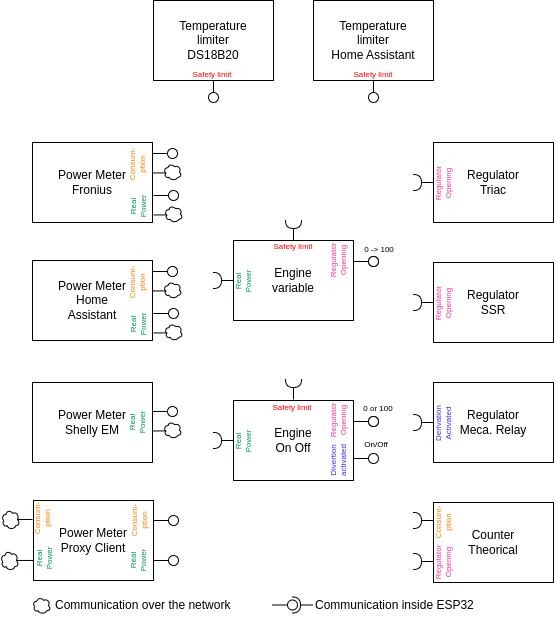
Above: docs/images/packages.drawio.png in ghisch/Solar-Router-for-ESPHome (draw.io), before the change. Source tidied: cells renumbered, new cells last; positions are measured from the earlier drawing's top-left corner, leaving out a move shared by most shapes.
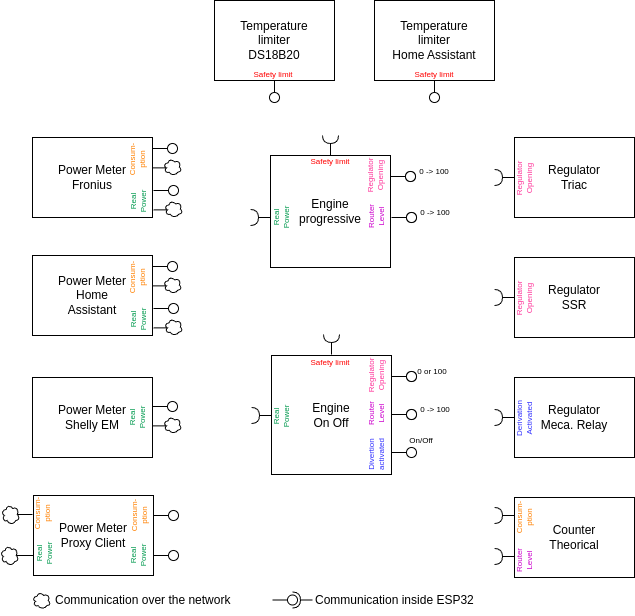
Later version of the same file.

Diff of the diagram source:
```diff
@@ -12,140 +12,137 @@
     </mxCell>
     <mxCell id="4" style="rounded=0;orthogonalLoop=1;jettySize=auto;html=1;endArrow=halfCircle;endFill=0;entryX=0.5;entryY=0.5;endSize=6;strokeWidth=1;sketch=0;" parent="1" edge="1">
       <mxGeometry relative="1" as="geometry">
-        <mxPoint x="233" y="280" as="sourcePoint" />
-        <mxPoint x="213" y="280" as="targetPoint" />
+        <mxPoint x="270" y="222" as="sourcePoint" />
+        <mxPoint x="250" y="222" as="targetPoint" />
       </mxGeometry>
     </mxCell>
     <mxCell id="5" style="ellipse;whiteSpace=wrap;html=1;align=center;points=[];outlineConnect=0;sketch=0;" parent="1" vertex="1">
       <mxGeometry x="167" y="148" width="10" height="10" as="geometry" />
     </mxCell>
-    <mxCell id="6" value="Engine&lt;br&gt;variable" style="rounded=0;whiteSpace=wrap;html=1;" parent="1" vertex="1">
-      <mxGeometry x="233" y="240" width="120" height="80" as="geometry" />
+    <mxCell id="6" value="Engine&lt;br&gt;progressive" style="rounded=0;whiteSpace=wrap;html=1;" parent="1" vertex="1">
+      <mxGeometry x="270" y="160" width="120" height="112" as="geometry" />
     </mxCell>
     <mxCell id="7" style="rounded=0;jettySize=auto;html=1;endArrow=none;endFill=0;sketch=0;sourcePerimeterSpacing=0;targetPerimeterSpacing=0;" parent="1" edge="1" target="8">
       <mxGeometry relative="1" as="geometry">
-        <mxPoint x="353" y="261" as="sourcePoint" />
+        <mxPoint x="390" y="181" as="sourcePoint" />
       </mxGeometry>
     </mxCell>
     <mxCell id="8" style="ellipse;whiteSpace=wrap;html=1;align=center;points=[];outlineConnect=0;sketch=0;" parent="1" vertex="1">
-      <mxGeometry x="368" y="256" width="10" height="10" as="geometry" />
+      <mxGeometry x="405" y="176" width="10" height="10" as="geometry" />
     </mxCell>
     <mxCell id="9" value="Consum-&lt;br&gt;ption" style="text;html=1;strokeColor=none;fillColor=none;align=center;verticalAlign=middle;whiteSpace=wrap;rounded=0;rotation=-90;fontSize=8;fontColor=#FF8000;" parent="1" vertex="1">
       <mxGeometry x="107" y="149" width="60" height="30" as="geometry" />
     </mxCell>
     <mxCell id="10" style="rounded=0;orthogonalLoop=1;jettySize=auto;html=1;endArrow=halfCircle;endFill=0;entryX=0.5;entryY=0.5;endSize=6;strokeWidth=1;sketch=0;" parent="1" edge="1">
       <mxGeometry relative="1" as="geometry">
-        <mxPoint x="233" y="440" as="sourcePoint" />
-        <mxPoint x="213" y="440" as="targetPoint" />
+        <mxPoint x="271" y="420" as="sourcePoint" />
+        <mxPoint x="251" y="420" as="targetPoint" />
       </mxGeometry>
     </mxCell>
     <mxCell id="11" value="Engine&lt;br&gt;On Off" style="rounded=0;whiteSpace=wrap;html=1;" parent="1" vertex="1">
-      <mxGeometry x="233" y="400" width="120" height="80" as="geometry" />
+      <mxGeometry x="271" y="360" width="120" height="119" as="geometry" />
     </mxCell>
     <mxCell id="12" style="rounded=0;jettySize=auto;html=1;endArrow=none;endFill=0;sketch=0;sourcePerimeterSpacing=0;targetPerimeterSpacing=0;" parent="1" edge="1" target="13">
       <mxGeometry relative="1" as="geometry">
-        <mxPoint x="353" y="458" as="sourcePoint" />
+        <mxPoint x="391" y="457" as="sourcePoint" />
       </mxGeometry>
     </mxCell>
     <mxCell id="13" style="ellipse;whiteSpace=wrap;html=1;align=center;points=[];outlineConnect=0;sketch=0;" parent="1" vertex="1">
-      <mxGeometry x="368" y="453" width="10" height="10" as="geometry" />
+      <mxGeometry x="406" y="452" width="10" height="10" as="geometry" />
     </mxCell>
     <mxCell id="14" value="Regulator&lt;br style=&quot;font-size: 8px;&quot;&gt;Opening" style="text;html=1;strokeColor=none;fillColor=none;align=center;verticalAlign=middle;whiteSpace=wrap;rounded=0;rotation=-90;fontSize=8;fontColor=#FF3399;" parent="1" vertex="1">
-      <mxGeometry x="308" y="245" width="60" height="30" as="geometry" />
+      <mxGeometry x="345" y="165" width="60" height="30" as="geometry" />
     </mxCell>
     <mxCell id="15" style="rounded=0;jettySize=auto;html=1;endArrow=none;endFill=0;sketch=0;sourcePerimeterSpacing=0;targetPerimeterSpacing=0;" parent="1" edge="1" target="16">
       <mxGeometry relative="1" as="geometry">
-        <mxPoint x="353" y="261" as="sourcePoint" />
+        <mxPoint x="390" y="181" as="sourcePoint" />
       </mxGeometry>
     </mxCell>
     <mxCell id="16" style="ellipse;whiteSpace=wrap;html=1;align=center;points=[];outlineConnect=0;sketch=0;" parent="1" vertex="1">
-      <mxGeometry x="368" y="256" width="10" height="10" as="geometry" />
+      <mxGeometry x="405" y="176" width="10" height="10" as="geometry" />
     </mxCell>
     <mxCell id="17" style="rounded=0;jettySize=auto;html=1;endArrow=none;endFill=0;sketch=0;sourcePerimeterSpacing=0;targetPerimeterSpacing=0;" parent="1" edge="1" target="18">
       <mxGeometry relative="1" as="geometry">
-        <mxPoint x="353" y="421" as="sourcePoint" />
+        <mxPoint x="391" y="381" as="sourcePoint" />
       </mxGeometry>
     </mxCell>
     <mxCell id="18" style="ellipse;whiteSpace=wrap;html=1;align=center;points=[];outlineConnect=0;sketch=0;" parent="1" vertex="1">
-      <mxGeometry x="368" y="416" width="10" height="10" as="geometry" />
+      <mxGeometry x="406" y="376" width="10" height="10" as="geometry" />
     </mxCell>
     <mxCell id="19" value="Regulator&lt;br style=&quot;font-size: 8px;&quot;&gt;Opening" style="text;html=1;strokeColor=none;fillColor=none;align=center;verticalAlign=middle;whiteSpace=wrap;rounded=0;rotation=-90;fontSize=8;fontColor=#FF3399;" parent="1" vertex="1">
-      <mxGeometry x="308" y="405" width="60" height="30" as="geometry" />
+      <mxGeometry x="346" y="365" width="60" height="30" as="geometry" />
     </mxCell>
     <mxCell id="20" style="rounded=0;jettySize=auto;html=1;endArrow=none;endFill=0;sketch=0;sourcePerimeterSpacing=0;targetPerimeterSpacing=0;" parent="1" edge="1" target="21">
       <mxGeometry relative="1" as="geometry">
-        <mxPoint x="353" y="421" as="sourcePoint" />
+        <mxPoint x="391" y="381" as="sourcePoint" />
       </mxGeometry>
     </mxCell>
     <mxCell id="21" style="ellipse;whiteSpace=wrap;html=1;align=center;points=[];outlineConnect=0;sketch=0;" parent="1" vertex="1">
-      <mxGeometry x="368" y="416" width="10" height="10" as="geometry" />
+      <mxGeometry x="406" y="376" width="10" height="10" as="geometry" />
     </mxCell>
     <mxCell id="22" value="Divertion&lt;br&gt;activated" style="text;html=1;strokeColor=none;fillColor=none;align=center;verticalAlign=middle;whiteSpace=wrap;rounded=0;rotation=-90;fontSize=8;fontColor=#3333FF;" parent="1" vertex="1">
-      <mxGeometry x="308" y="445" width="60" height="30" as="geometry" />
+      <mxGeometry x="346" y="444" width="60" height="30" as="geometry" />
     </mxCell>
     <mxCell id="23" value="Real&lt;br&gt;Power" style="text;html=1;strokeColor=none;fillColor=none;align=center;verticalAlign=middle;whiteSpace=wrap;rounded=0;rotation=-90;fontSize=8;fontColor=#00994D;" parent="1" vertex="1">
-      <mxGeometry x="213" y="266" width="60" height="30" as="geometry" />
+      <mxGeometry x="251" y="207" width="60" height="30" as="geometry" />
     </mxCell>
     <mxCell id="24" value="Real&lt;br&gt;Power" style="text;html=1;strokeColor=none;fillColor=none;align=center;verticalAlign=middle;whiteSpace=wrap;rounded=0;rotation=-90;fontSize=8;fontColor=#00994D;" parent="1" vertex="1">
-      <mxGeometry x="213" y="426" width="60" height="30" as="geometry" />
+      <mxGeometry x="251" y="406" width="60" height="30" as="geometry" />
     </mxCell>
     <mxCell id="25" value="0 -&amp;gt; 100" style="text;html=1;strokeColor=none;fillColor=none;align=center;verticalAlign=middle;whiteSpace=wrap;rounded=0;fontSize=8;" parent="1" vertex="1">
-      <mxGeometry x="349" y="240" width="60" height="17" as="geometry" />
+      <mxGeometry x="404" y="167" width="60" height="17" as="geometry" />
     </mxCell>
     <mxCell id="26" value="0 or 100" style="text;html=1;strokeColor=none;fillColor=none;align=center;verticalAlign=middle;whiteSpace=wrap;rounded=0;fontSize=8;" parent="1" vertex="1">
-      <mxGeometry x="348" y="393" width="60" height="30" as="geometry" />
+      <mxGeometry x="402" y="361" width="60" height="30" as="geometry" />
     </mxCell>
     <mxCell id="27" value="On/Off" style="text;html=1;strokeColor=none;fillColor=none;align=center;verticalAlign=middle;whiteSpace=wrap;rounded=0;fontSize=8;" parent="1" vertex="1">
-      <mxGeometry x="346" y="429" width="60" height="30" as="geometry" />
+      <mxGeometry x="391" y="430" width="60" height="30" as="geometry" />
     </mxCell>
     <mxCell id="28" style="rounded=0;orthogonalLoop=1;jettySize=auto;html=1;endArrow=halfCircle;endFill=0;entryX=0.5;entryY=0.5;endSize=6;strokeWidth=1;sketch=0;" parent="1" edge="1">
       <mxGeometry relative="1" as="geometry">
-        <mxPoint x="433" y="302" as="sourcePoint" />
-        <mxPoint x="413" y="302" as="targetPoint" />
+        <mxPoint x="514" y="302" as="sourcePoint" />
+        <mxPoint x="494" y="302" as="targetPoint" />
       </mxGeometry>
     </mxCell>
     <mxCell id="29" value="Regulator&lt;br&gt;SSR" style="rounded=0;whiteSpace=wrap;html=1;" parent="1" vertex="1">
-      <mxGeometry x="433" y="262" width="120" height="80" as="geometry" />
+      <mxGeometry x="514" y="262" width="120" height="80" as="geometry" />
     </mxCell>
     <mxCell id="30" value="Regulator&lt;br&gt;Opening" style="text;html=1;strokeColor=none;fillColor=none;align=center;verticalAlign=middle;whiteSpace=wrap;rounded=0;rotation=-90;fontSize=8;fontColor=#FF3399;" parent="1" vertex="1">
-      <mxGeometry x="413" y="288" width="60" height="30" as="geometry" />
+      <mxGeometry x="494" y="288" width="60" height="30" as="geometry" />
     </mxCell>
     <mxCell id="31" style="rounded=0;orthogonalLoop=1;jettySize=auto;html=1;endArrow=halfCircle;endFill=0;entryX=0.5;entryY=0.5;endSize=6;strokeWidth=1;sketch=0;" parent="1" edge="1">
       <mxGeometry relative="1" as="geometry">
-        <mxPoint x="433" y="182" as="sourcePoint" />
-        <mxPoint x="413" y="182" as="targetPoint" />
+        <mxPoint x="514" y="182" as="sourcePoint" />
+        <mxPoint x="494" y="182" as="targetPoint" />
       </mxGeometry>
     </mxCell>
     <mxCell id="32" value="Regulator&lt;br&gt;Triac" style="rounded=0;whiteSpace=wrap;html=1;" parent="1" vertex="1">
-      <mxGeometry x="433" y="142" width="120" height="80" as="geometry" />
+      <mxGeometry x="514" y="142" width="120" height="80" as="geometry" />
     </mxCell>
     <mxCell id="33" value="Regulator&lt;br&gt;Opening" style="text;html=1;strokeColor=none;fillColor=none;align=center;verticalAlign=middle;whiteSpace=wrap;rounded=0;rotation=-90;fontSize=8;fontColor=#FF3399;" parent="1" vertex="1">
-      <mxGeometry x="413" y="168" width="60" height="30" as="geometry" />
+      <mxGeometry x="494" y="168" width="60" height="30" as="geometry" />
     </mxCell>
     <mxCell id="34" style="rounded=0;orthogonalLoop=1;jettySize=auto;html=1;endArrow=halfCircle;endFill=0;entryX=0.5;entryY=0.5;endSize=6;strokeWidth=1;sketch=0;" parent="1" edge="1">
       <mxGeometry relative="1" as="geometry">
-        <mxPoint x="433" y="422" as="sourcePoint" />
-        <mxPoint x="413" y="422" as="targetPoint" />
+        <mxPoint x="514" y="422" as="sourcePoint" />
+        <mxPoint x="494" y="422" as="targetPoint" />
       </mxGeometry>
     </mxCell>
     <mxCell id="35" value="Regulator&lt;br&gt;Meca. Relay" style="rounded=0;whiteSpace=wrap;html=1;" parent="1" vertex="1">
-      <mxGeometry x="433" y="382" width="120" height="80" as="geometry" />
+      <mxGeometry x="514" y="382" width="120" height="80" as="geometry" />
     </mxCell>
     <mxCell id="36" value="Derivation&lt;br&gt;Activated" style="text;html=1;strokeColor=none;fillColor=none;align=center;verticalAlign=middle;whiteSpace=wrap;rounded=0;rotation=-90;fontSize=8;fontColor=#3333FF;" parent="1" vertex="1">
-      <mxGeometry x="413" y="408" width="60" height="30" as="geometry" />
+      <mxGeometry x="494" y="408" width="60" height="30" as="geometry" />
     </mxCell>
     <mxCell id="37" style="rounded=0;orthogonalLoop=1;jettySize=auto;html=1;endArrow=halfCircle;endFill=0;entryX=0.5;entryY=0.5;endSize=6;strokeWidth=1;sketch=0;" parent="1" edge="1">
       <mxGeometry relative="1" as="geometry">
-        <mxPoint x="433" y="561" as="sourcePoint" />
-        <mxPoint x="413" y="561" as="targetPoint" />
+        <mxPoint x="514" y="561" as="sourcePoint" />
+        <mxPoint x="494" y="561" as="targetPoint" />
       </mxGeometry>
     </mxCell>
     <mxCell id="38" value="Counter&lt;br&gt;Theorical" style="rounded=0;whiteSpace=wrap;html=1;" parent="1" vertex="1">
-      <mxGeometry x="433" y="502" width="120" height="80" as="geometry" />
+      <mxGeometry x="514" y="502" width="120" height="80" as="geometry" />
     </mxCell>
-    <mxCell id="39" value="Regulator&lt;br&gt;Opening" style="text;html=1;strokeColor=none;fillColor=none;align=center;verticalAlign=middle;whiteSpace=wrap;rounded=0;rotation=-90;fontSize=8;fontColor=#FF3399;" parent="1" vertex="1">
-      <mxGeometry x="413" y="547" width="60" height="30" as="geometry" />
-    </mxCell>
     <mxCell id="40" value="Power Meter&lt;br&gt;Home&lt;br&gt;Assistant" style="rounded=0;whiteSpace=wrap;html=1;align=center;" parent="1" vertex="1">
       <mxGeometry x="32" y="260" width="120" height="80" as="geometry" />
     </mxCell>
@@ -230,58 +227,58 @@
     </mxCell>
     <mxCell id="62" style="rounded=0;jettySize=auto;html=1;endArrow=none;endFill=0;sketch=0;sourcePerimeterSpacing=0;targetPerimeterSpacing=0;rotation=90;" parent="1" edge="1" target="64">
       <mxGeometry relative="1" as="geometry">
-        <mxPoint x="213" y="80" as="sourcePoint" />
+        <mxPoint x="274" y="85" as="sourcePoint" />
       </mxGeometry>
     </mxCell>
     <mxCell id="63" style="rounded=0;orthogonalLoop=1;jettySize=auto;html=1;endArrow=halfCircle;endFill=0;endSize=6;strokeWidth=1;sketch=0;exitX=0.5;exitY=0.5;exitDx=0;exitDy=0;rotation=90;" parent="1" edge="1">
       <mxGeometry relative="1" as="geometry">
-        <mxPoint x="293" y="240" as="sourcePoint" />
-        <mxPoint x="293" y="220" as="targetPoint" />
+        <mxPoint x="330" y="160" as="sourcePoint" />
+        <mxPoint x="330" y="140" as="targetPoint" />
       </mxGeometry>
     </mxCell>
     <mxCell id="64" style="ellipse;whiteSpace=wrap;html=1;align=center;points=[];outlineConnect=0;sketch=0;rotation=180;" parent="1" vertex="1">
-      <mxGeometry x="208" y="92" width="10" height="10" as="geometry" />
+      <mxGeometry x="269" y="97" width="10" height="10" as="geometry" />
     </mxCell>
     <mxCell id="65" value="Temperature&lt;br&gt;limiter&lt;br&gt;DS18B20" style="rounded=0;whiteSpace=wrap;html=1;align=center;" parent="1" vertex="1">
-      <mxGeometry x="153" width="120" height="80" as="geometry" />
+      <mxGeometry x="214" y="5" width="120" height="80" as="geometry" />
     </mxCell>
     <mxCell id="66" style="rounded=0;jettySize=auto;html=1;endArrow=none;endFill=0;sketch=0;sourcePerimeterSpacing=0;targetPerimeterSpacing=0;rotation=90;" parent="1" edge="1" target="67">
       <mxGeometry relative="1" as="geometry">
-        <mxPoint x="373" y="80" as="sourcePoint" />
+        <mxPoint x="434" y="85" as="sourcePoint" />
       </mxGeometry>
     </mxCell>
     <mxCell id="67" style="ellipse;whiteSpace=wrap;html=1;align=center;points=[];outlineConnect=0;sketch=0;rotation=180;" parent="1" vertex="1">
-      <mxGeometry x="368" y="92" width="10" height="10" as="geometry" />
+      <mxGeometry x="429" y="97" width="10" height="10" as="geometry" />
     </mxCell>
     <mxCell id="68" value="Temperature&lt;br&gt;limiter&lt;br&gt;Home Assistant" style="rounded=0;whiteSpace=wrap;html=1;align=center;" parent="1" vertex="1">
-      <mxGeometry x="313" width="120" height="80" as="geometry" />
+      <mxGeometry x="374" y="5" width="120" height="80" as="geometry" />
     </mxCell>
     <mxCell id="69" style="rounded=0;orthogonalLoop=1;jettySize=auto;html=1;endArrow=halfCircle;endFill=0;endSize=6;strokeWidth=1;sketch=0;exitX=0.5;exitY=0.5;exitDx=0;exitDy=0;rotation=90;" parent="1" edge="1">
       <mxGeometry relative="1" as="geometry">
-        <mxPoint x="293" y="399" as="sourcePoint" />
-        <mxPoint x="293" y="379" as="targetPoint" />
+        <mxPoint x="331" y="359" as="sourcePoint" />
+        <mxPoint x="331" y="339" as="targetPoint" />
       </mxGeometry>
     </mxCell>
     <mxCell id="70" value="&lt;font color=&quot;#ff0000&quot; style=&quot;font-size: 8px;&quot;&gt;Safety limit&lt;/font&gt;" style="text;html=1;strokeColor=none;fillColor=none;align=center;verticalAlign=middle;whiteSpace=wrap;rounded=0;fontColor=#FF3399;" parent="1" vertex="1">
-      <mxGeometry x="182" y="58" width="60" height="30" as="geometry" />
+      <mxGeometry x="243" y="63" width="60" height="30" as="geometry" />
     </mxCell>
     <mxCell id="71" value="&lt;font color=&quot;#ff0000&quot; style=&quot;font-size: 8px;&quot;&gt;Safety limit&lt;/font&gt;" style="text;html=1;strokeColor=none;fillColor=none;align=center;verticalAlign=middle;whiteSpace=wrap;rounded=0;fontColor=#FF3399;" parent="1" vertex="1">
-      <mxGeometry x="343" y="58" width="60" height="30" as="geometry" />
+      <mxGeometry x="404" y="63" width="60" height="30" as="geometry" />
     </mxCell>
     <mxCell id="72" value="&lt;font color=&quot;#ff0000&quot; style=&quot;font-size: 8px;&quot;&gt;Safety limit&lt;/font&gt;" style="text;html=1;strokeColor=none;fillColor=none;align=center;verticalAlign=middle;whiteSpace=wrap;rounded=0;fontColor=#FF3399;" parent="1" vertex="1">
-      <mxGeometry x="263" y="230" width="60" height="30" as="geometry" />
+      <mxGeometry x="300" y="150" width="60" height="30" as="geometry" />
     </mxCell>
     <mxCell id="73" value="&lt;font color=&quot;#ff0000&quot; style=&quot;font-size: 8px;&quot;&gt;Safety limit&lt;/font&gt;" style="text;html=1;strokeColor=none;fillColor=none;align=center;verticalAlign=middle;whiteSpace=wrap;rounded=0;fontColor=#FF3399;" parent="1" vertex="1">
-      <mxGeometry x="262" y="391" width="60" height="30" as="geometry" />
+      <mxGeometry x="300" y="351" width="60" height="30" as="geometry" />
     </mxCell>
     <mxCell id="74" style="rounded=0;orthogonalLoop=1;jettySize=auto;html=1;endArrow=halfCircle;endFill=0;entryX=0.5;entryY=0.5;endSize=6;strokeWidth=1;sketch=0;" parent="1" edge="1">
       <mxGeometry relative="1" as="geometry">
-        <mxPoint x="433" y="520" as="sourcePoint" />
-        <mxPoint x="413" y="520" as="targetPoint" />
+        <mxPoint x="514" y="520" as="sourcePoint" />
+        <mxPoint x="494" y="520" as="targetPoint" />
       </mxGeometry>
     </mxCell>
     <mxCell id="75" value="Consum-&lt;br&gt;ption" style="text;html=1;strokeColor=none;fillColor=none;align=center;verticalAlign=middle;whiteSpace=wrap;rounded=0;rotation=-90;fontSize=8;fontColor=#ff8000;" parent="1" vertex="1">
-      <mxGeometry x="413" y="507" width="60" height="30" as="geometry" />
+      <mxGeometry x="494" y="507" width="60" height="30" as="geometry" />
     </mxCell>
     <mxCell id="76" style="rounded=0;jettySize=auto;html=1;endArrow=none;endFill=0;sketch=0;sourcePerimeterSpacing=0;targetPerimeterSpacing=0;" parent="1" edge="1" target="77">
       <mxGeometry relative="1" as="geometry">
@@ -365,5 +362,52 @@
     <mxCell id="96" value="Consum-&lt;br&gt;ption" style="text;html=1;strokeColor=none;fillColor=none;align=center;verticalAlign=middle;whiteSpace=wrap;rounded=0;rotation=-90;fontSize=8;fontColor=#FF8000;" parent="1" vertex="1">
       <mxGeometry x="12" y="503" width="60" height="30" as="geometry" />
     </mxCell>
+    <mxCell id="97" style="rounded=0;jettySize=auto;html=1;endArrow=none;endFill=0;sketch=0;sourcePerimeterSpacing=0;targetPerimeterSpacing=0;" parent="1" edge="1" target="98">
+      <mxGeometry relative="1" as="geometry">
+        <mxPoint x="391" y="222" as="sourcePoint" />
+      </mxGeometry>
+    </mxCell>
+    <mxCell id="98" style="ellipse;whiteSpace=wrap;html=1;align=center;points=[];outlineConnect=0;sketch=0;" parent="1" vertex="1">
+      <mxGeometry x="406" y="217" width="10" height="10" as="geometry" />
+    </mxCell>
+    <mxCell id="99" value="Router&lt;br&gt;Level" style="text;html=1;strokeColor=none;fillColor=none;align=center;verticalAlign=middle;whiteSpace=wrap;rounded=0;rotation=-90;fontSize=8;fontColor=#CC00CC;" parent="1" vertex="1">
+      <mxGeometry x="346" y="206" width="60" height="30" as="geometry" />
+    </mxCell>
+    <mxCell id="100" style="rounded=0;jettySize=auto;html=1;endArrow=none;endFill=0;sketch=0;sourcePerimeterSpacing=0;targetPerimeterSpacing=0;" parent="1" edge="1" target="101">
+      <mxGeometry relative="1" as="geometry">
+        <mxPoint x="391" y="222" as="sourcePoint" />
+      </mxGeometry>
+    </mxCell>
+    <mxCell id="101" style="ellipse;whiteSpace=wrap;html=1;align=center;points=[];outlineConnect=0;sketch=0;" parent="1" vertex="1">
+      <mxGeometry x="406" y="217" width="10" height="10" as="geometry" />
+    </mxCell>
+    <mxCell id="102" value="0 -&amp;gt; 100" style="text;html=1;strokeColor=none;fillColor=none;align=center;verticalAlign=middle;whiteSpace=wrap;rounded=0;fontSize=8;" parent="1" vertex="1">
+      <mxGeometry x="405" y="208" width="60" height="17" as="geometry" />
+    </mxCell>
+    <mxCell id="103" style="rounded=0;jettySize=auto;html=1;endArrow=none;endFill=0;sketch=0;sourcePerimeterSpacing=0;targetPerimeterSpacing=0;" parent="1" edge="1" target="104">
+      <mxGeometry relative="1" as="geometry">
+        <mxPoint x="391" y="419" as="sourcePoint" />
+      </mxGeometry>
+    </mxCell>
+    <mxCell id="104" style="ellipse;whiteSpace=wrap;html=1;align=center;points=[];outlineConnect=0;sketch=0;" parent="1" vertex="1">
+      <mxGeometry x="406" y="414" width="10" height="10" as="geometry" />
+    </mxCell>
+    <mxCell id="105" value="Router&lt;br&gt;Level" style="text;html=1;strokeColor=none;fillColor=none;align=center;verticalAlign=middle;whiteSpace=wrap;rounded=0;rotation=-90;fontSize=8;fontColor=#CC00CC;" parent="1" vertex="1">
+      <mxGeometry x="346" y="403" width="60" height="30" as="geometry" />
+    </mxCell>
+    <mxCell id="106" style="rounded=0;jettySize=auto;html=1;endArrow=none;endFill=0;sketch=0;sourcePerimeterSpacing=0;targetPerimeterSpacing=0;" parent="1" edge="1" target="107">
+      <mxGeometry relative="1" as="geometry">
+        <mxPoint x="391" y="419" as="sourcePoint" />
+      </mxGeometry>
+    </mxCell>
+    <mxCell id="107" style="ellipse;whiteSpace=wrap;html=1;align=center;points=[];outlineConnect=0;sketch=0;" parent="1" vertex="1">
+      <mxGeometry x="406" y="414" width="10" height="10" as="geometry" />
+    </mxCell>
+    <mxCell id="108" value="0 -&amp;gt; 100" style="text;html=1;strokeColor=none;fillColor=none;align=center;verticalAlign=middle;whiteSpace=wrap;rounded=0;fontSize=8;" parent="1" vertex="1">
+      <mxGeometry x="405" y="405" width="60" height="17" as="geometry" />
+    </mxCell>
+    <mxCell id="109" value="Router&lt;br&gt;Level" style="text;html=1;strokeColor=none;fillColor=none;align=center;verticalAlign=middle;whiteSpace=wrap;rounded=0;rotation=-90;fontSize=8;fontColor=#CC00CC;" parent="1" vertex="1">
+      <mxGeometry x="494" y="550" width="60" height="30" as="geometry" />
+    </mxCell>
   </root>
 </mxGraphModel>
```
